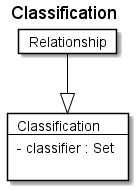
The PlantUML diagram fragments/diagrams/Classification.png in rtigran/rdf2adoc, before a commit. The source it was exported from:
```plantuml
@startuml
Title Classification

Card Classification #fff [
Classification
----
- classifier : Set

]
Card Relationship #fff [
Relationship
]
Relationship --|> Classification  #000
@enduml
```
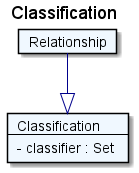
The same diagram one commit later.

Change to the diagram source:
```diff
@@ -1,14 +1,13 @@
 @startuml
 Title Classification
 
-Card Classification #fff [
+Card Classification #F0F8FF [
 Classification
 ----
 - classifier : Set
-
 ]
-Card Relationship #fff [
+Card Relationship #F0F8FF [
 Relationship
 ]
-Relationship --|> Classification  #000
+Relationship --|> Classification  #00008B
 @enduml
```
